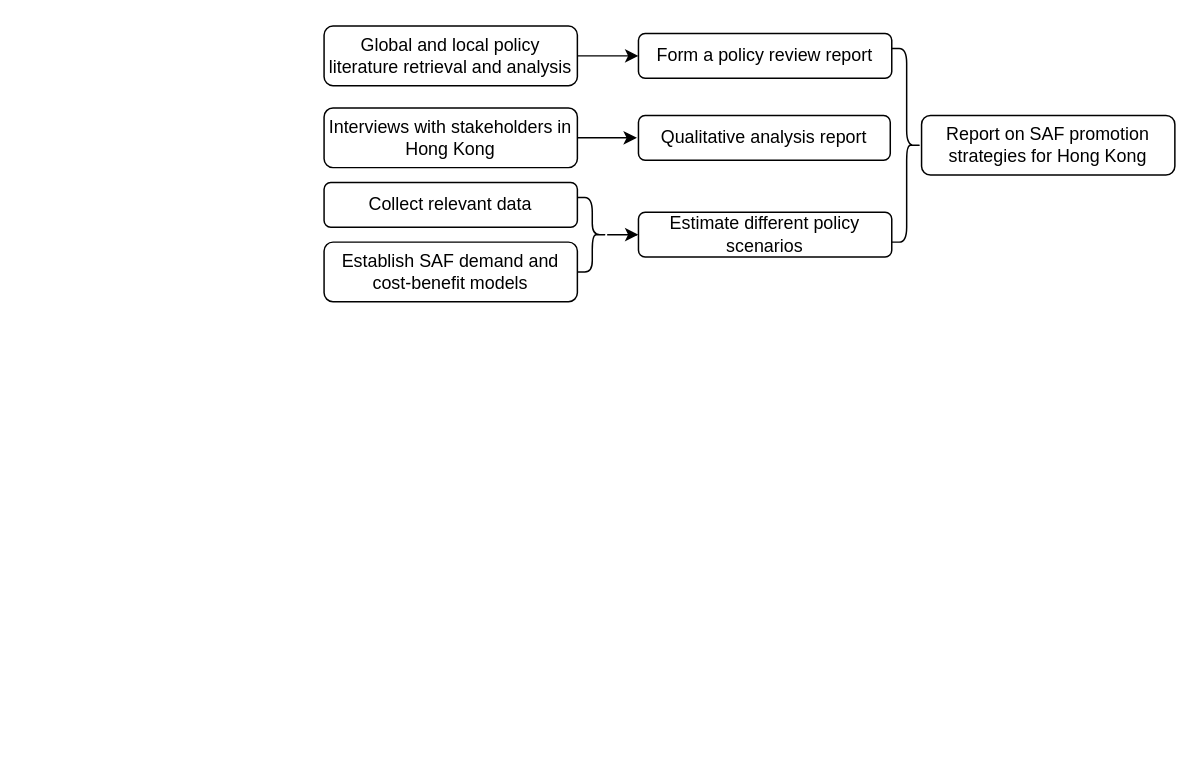
Earlier version of the draw.io diagram PPR research steps.drawio (HengfeiMa95/paper-reading). Source tidied: cells renumbered, new cells numbered last; positions are measured from the earlier drawing's top-left corner, leaving out a move shared by most shapes. Both pictures are drawn from the tidied source at 149%, with x=0, y=0 at pixel (323, 25).
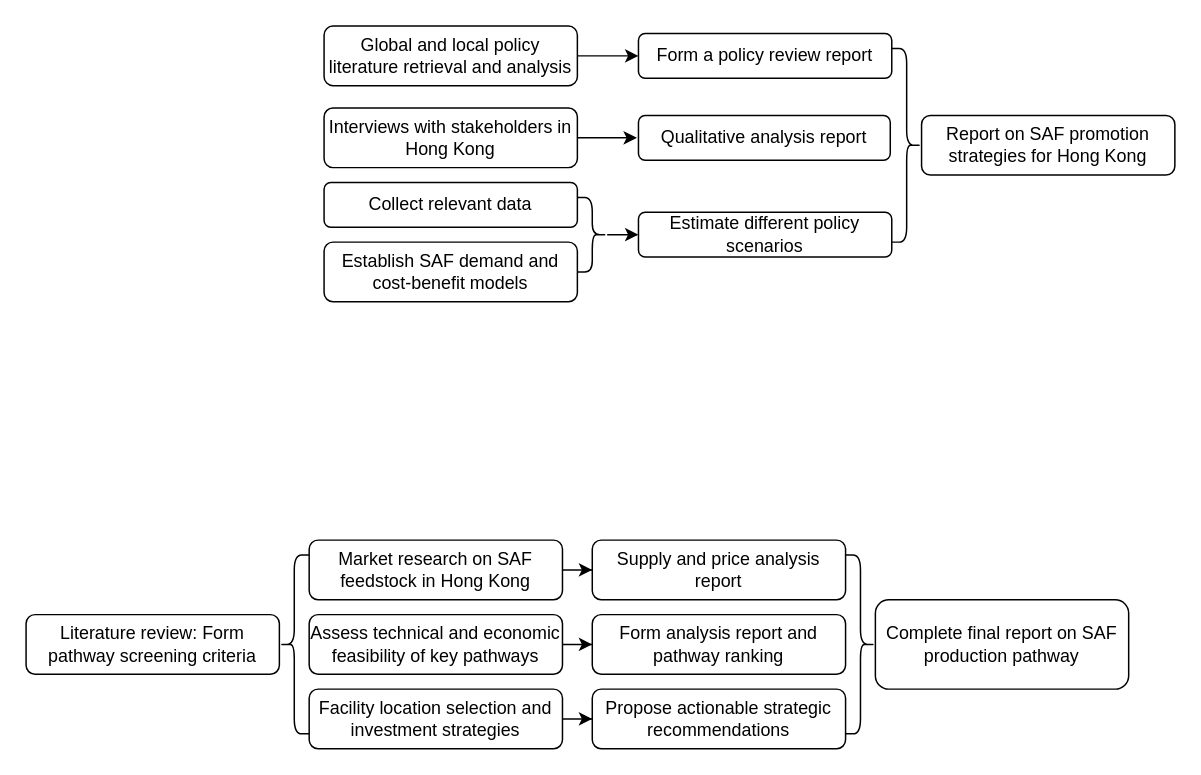
The same page after the edit.

The edit, as a diff of the source:
```diff
@@
+    <mxCell id="15" value="Literature review: Form pathway screening criteria" style="rounded=1;whiteSpace=wrap;html=1;" parent="1" vertex="1">
+      <mxGeometry x="-200" y="395" width="170" height="40" as="geometry" />
+    </mxCell>
+    <mxCell id="16" style="edgeStyle=orthogonalEdgeStyle;rounded=0;jettySize=auto;html=1;entryX=0;entryY=0.5;entryDx=0;entryDy=0;" parent="1" edge="1" source="17" target="23">
+      <mxGeometry relative="1" as="geometry" />
+    </mxCell>
+    <mxCell id="17" value="Market research on SAF feedstock in Hong Kong" style="rounded=1;whiteSpace=wrap;html=1;" parent="1" vertex="1">
+      <mxGeometry x="-10" y="345" width="170" height="40" as="geometry" />
+    </mxCell>
+    <mxCell id="18" style="edgeStyle=orthogonalEdgeStyle;rounded=0;jettySize=auto;html=1;entryX=0;entryY=0.5;entryDx=0;entryDy=0;" parent="1" edge="1" source="19" target="24">
+      <mxGeometry relative="1" as="geometry" />
+    </mxCell>
+    <mxCell id="19" value="Assess technical and economic feasibility of key pathways" style="rounded=1;whiteSpace=wrap;html=1;" parent="1" vertex="1">
+      <mxGeometry x="-10" y="395" width="170" height="40" as="geometry" />
+    </mxCell>
+    <mxCell id="20" style="edgeStyle=orthogonalEdgeStyle;rounded=0;jettySize=auto;html=1;" parent="1" edge="1" source="21" target="25">
+      <mxGeometry relative="1" as="geometry" />
+    </mxCell>
+    <mxCell id="21" value="Facility location selection and investment strategies" style="rounded=1;whiteSpace=wrap;html=1;" parent="1" vertex="1">
+      <mxGeometry x="-10" y="445" width="170" height="40" as="geometry" />
+    </mxCell>
+    <mxCell id="22" value="Complete final report on SAF production pathway" style="rounded=1;whiteSpace=wrap;html=1;" parent="1" vertex="1">
+      <mxGeometry x="370" y="385" width="170" height="60" as="geometry" />
+    </mxCell>
+    <mxCell id="23" value="Supply and price analysis report" style="rounded=1;whiteSpace=wrap;html=1;" parent="1" vertex="1">
+      <mxGeometry x="180" y="345" width="170" height="40" as="geometry" />
+    </mxCell>
+    <mxCell id="24" value="Form analysis report and pathway ranking" style="rounded=1;whiteSpace=wrap;html=1;" parent="1" vertex="1">
+      <mxGeometry x="180" y="395" width="170" height="40" as="geometry" />
+    </mxCell>
+    <mxCell id="25" value="Propose actionable strategic recommendations" style="rounded=1;whiteSpace=wrap;html=1;" parent="1" vertex="1">
+      <mxGeometry x="180" y="445" width="170" height="40" as="geometry" />
+    </mxCell>
+    <mxCell id="26" style="shape=curlyBracket;whiteSpace=wrap;html=1;rounded=1;labelPosition=left;verticalLabelPosition=middle;align=right;verticalAlign=middle;" parent="1" vertex="1">
+      <mxGeometry x="-30" y="355" width="20" height="120" as="geometry" />
+    </mxCell>
+    <mxCell id="27" style="shape=curlyBracket;whiteSpace=wrap;html=1;rounded=1;flipH=1;labelPosition=right;verticalLabelPosition=middle;align=left;verticalAlign=middle;" parent="1" vertex="1">
+      <mxGeometry x="350" y="355" width="20" height="120" as="geometry" />
+    </mxCell>
```
